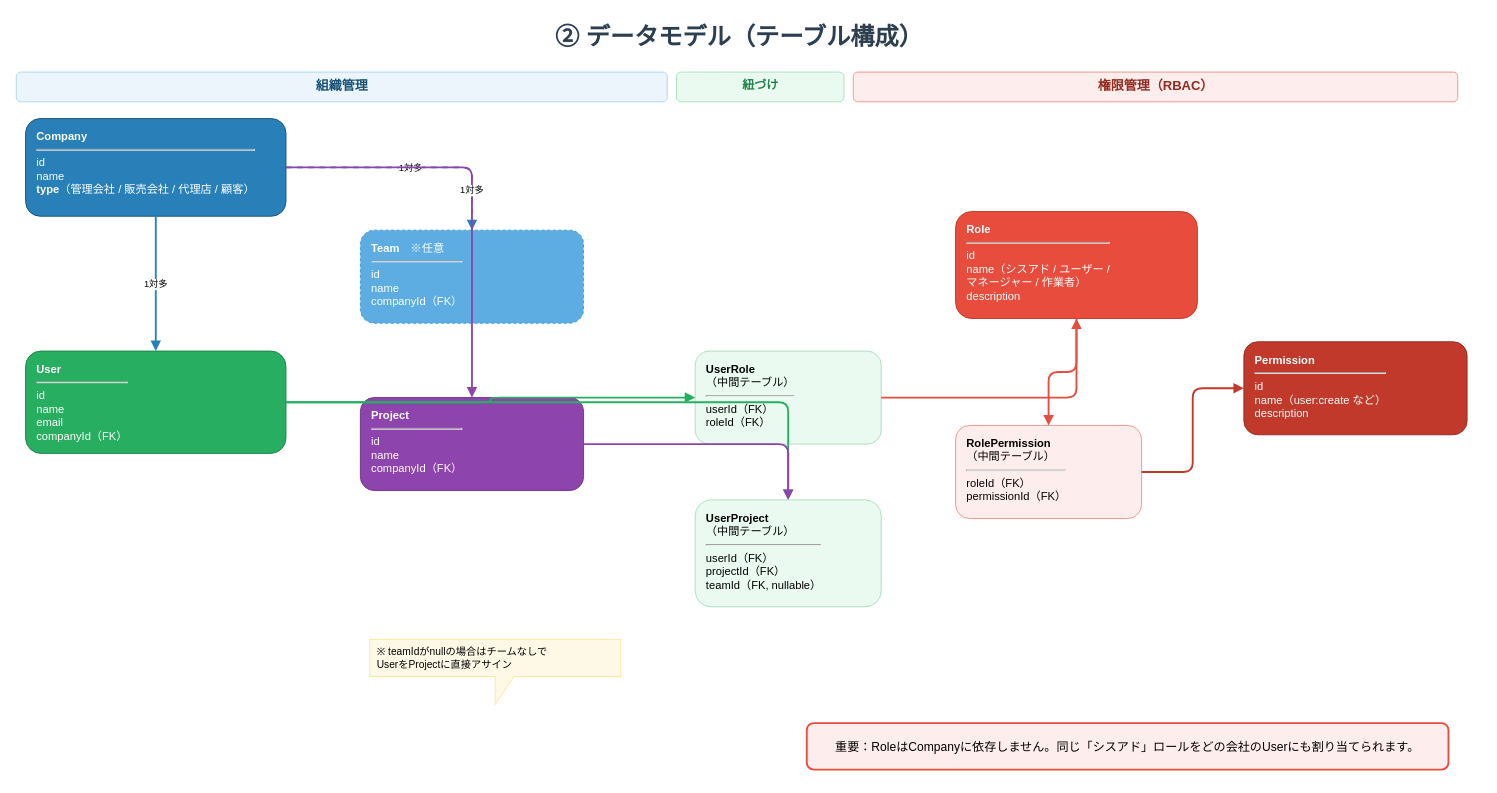
The draw.io diagram page "②データモデル" (2 of 5) of docs/splicer_org_permission_diagram.drawio in k-smz-win/splicer, before the edit. Source tidied: cells renumbered, new cells numbered last; positions are measured from the earlier drawing's top-left corner, leaving out a move shared by most shapes. Both pictures are drawn from the tidied source at 93%, with x=0, y=0 at pixel (16, 16).
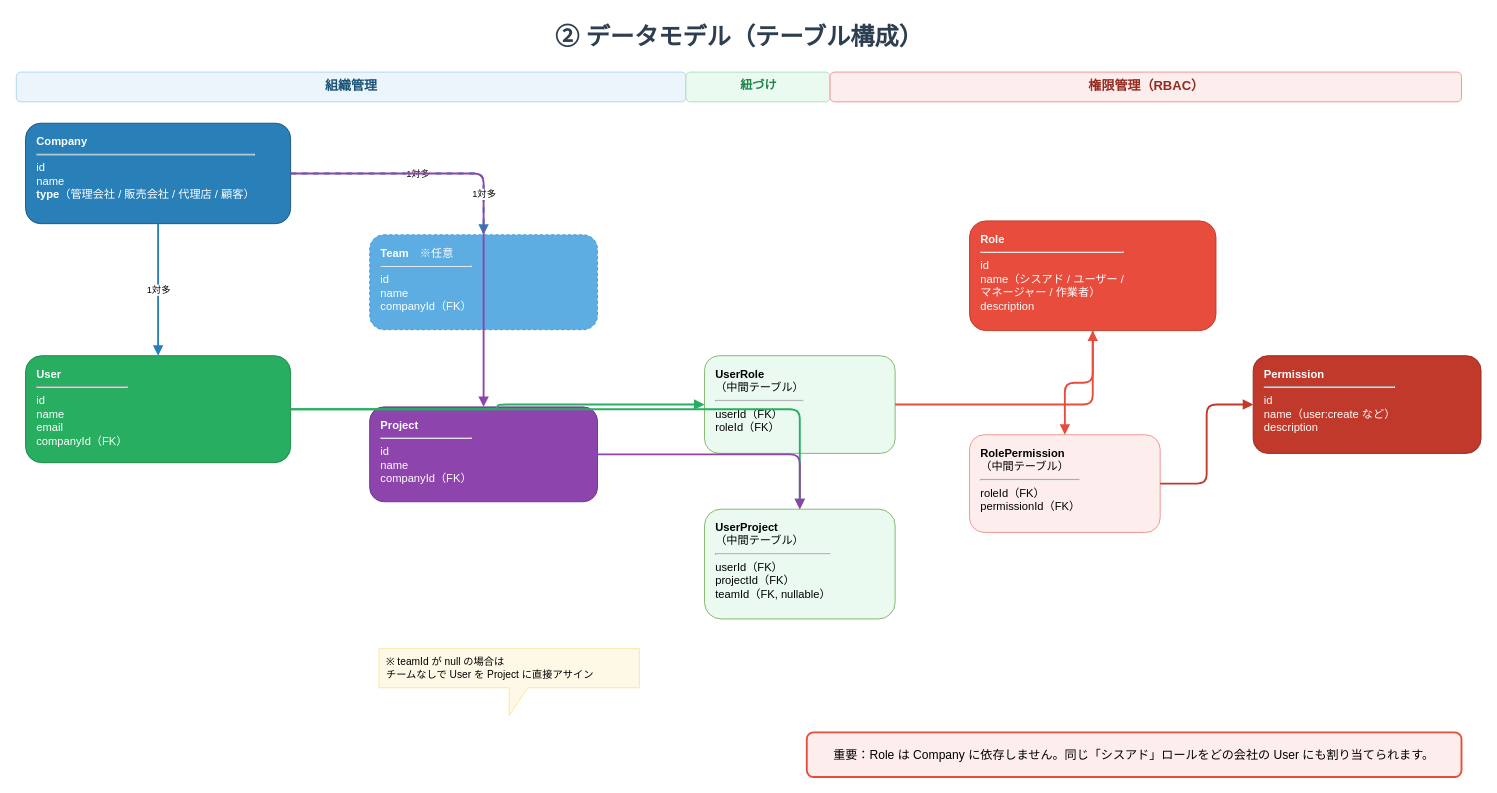
After the change.

Change to the diagram source:
```diff
@@
     <mxCell id="3" value="組織管理" style="text;html=1;strokeColor=#AED6F1;fillColor=#EBF5FB;align=center;fontSize=14;fontStyle=1;fontColor=#1A5276;rounded=1;" parent="1" vertex="1">
-      <mxGeometry y="60" width="700" height="32" as="geometry" />
+      <mxGeometry y="60" width="720" height="32" as="geometry" />
     </mxCell>
+    <mxCell id="5" value="紐づけ" style="text;html=1;strokeColor=#A9DFBF;fillColor=#EAFAF1;align=center;fontSize=13;fontStyle=1;fontColor=#1E8449;rounded=1;" parent="1" vertex="1">
+      <mxGeometry x="720" y="60" width="155" height="32" as="geometry" />
+    </mxCell>
     <mxCell id="4" value="権限管理（RBAC）" style="text;html=1;strokeColor=#F1948A;fillColor=#FDEDEC;align=center;fontSize=14;fontStyle=1;fontColor=#922B21;rounded=1;" parent="1" vertex="1">
-      <mxGeometry x="900" y="60" width="650" height="32" as="geometry" />
+      <mxGeometry x="875" y="60" width="679" height="32" as="geometry" />
     </mxCell>
-    <mxCell id="5" value="紐づけ" style="text;html=1;strokeColor=#A9DFBF;fillColor=#EAFAF1;align=center;fontSize=13;fontStyle=1;fontColor=#1E8449;rounded=1;" parent="1" vertex="1">
-      <mxGeometry x="710" y="60" width="180" height="32" as="geometry" />
-    </mxCell>
     <mxCell id="6" value="&lt;b&gt;Company&lt;/b&gt;&lt;hr/&gt;id&lt;br/&gt;name&lt;br/&gt;&lt;b&gt;type&lt;/b&gt;（管理会社 / 販売会社 / 代理店 / 顧客）" style="rounded=1;whiteSpace=wrap;html=1;fillColor=#2980B9;strokeColor=#1A5276;fontColor=#FFFFFF;fontSize=12;align=left;verticalAlign=top;spacingLeft=10;spacingTop=6;" parent="1" vertex="1">
-      <mxGeometry x="10" y="110" width="280" height="105" as="geometry" />
+      <mxGeometry x="10" y="115" width="285" height="108" as="geometry" />
     </mxCell>
     <mxCell id="7" value="&lt;b&gt;User&lt;/b&gt;&lt;hr/&gt;id&lt;br/&gt;name&lt;br/&gt;email&lt;br/&gt;companyId（FK）" style="rounded=1;whiteSpace=wrap;html=1;fillColor=#27AE60;strokeColor=#1E8449;fontColor=#FFFFFF;fontSize=12;align=left;verticalAlign=top;spacingLeft=10;spacingTop=6;" parent="1" vertex="1">
-      <mxGeometry x="10" y="360" width="280" height="110" as="geometry" />
+      <mxGeometry x="10" y="365" width="285" height="115" as="geometry" />
     </mxCell>
     <mxCell id="8" value="&lt;b&gt;Team&lt;/b&gt;　※任意&lt;hr/&gt;id&lt;br/&gt;name&lt;br/&gt;companyId（FK）" style="rounded=1;whiteSpace=wrap;html=1;fillColor=#5DADE2;strokeColor=#3498DB;fontColor=#FFFFFF;fontSize=12;align=left;verticalAlign=top;spacingLeft=10;spacingTop=6;dashed=1;" parent="1" vertex="1">
-      <mxGeometry x="370" y="230" width="240" height="100" as="geometry" />
+      <mxGeometry x="380" y="235" width="245" height="102" as="geometry" />
     </mxCell>
     <mxCell id="9" value="&lt;b&gt;Project&lt;/b&gt;&lt;hr/&gt;id&lt;br/&gt;name&lt;br/&gt;companyId（FK）" style="rounded=1;whiteSpace=wrap;html=1;fillColor=#8E44AD;strokeColor=#6C3483;fontColor=#FFFFFF;fontSize=12;align=left;verticalAlign=top;spacingLeft=10;spacingTop=6;" parent="1" vertex="1">
-      <mxGeometry x="370" y="410" width="240" height="100" as="geometry" />
+      <mxGeometry x="380" y="420" width="245" height="102" as="geometry" />
     </mxCell>
-    <mxCell id="10" value="&lt;b&gt;UserRole&lt;/b&gt;&lt;br/&gt;（中間テーブル）&lt;hr/&gt;userId（FK）&lt;br/&gt;roleId（FK）" style="rounded=1;whiteSpace=wrap;html=1;fillColor=#EAFAF1;strokeColor=#A9DFBF;fontSize=12;align=left;verticalAlign=top;spacingLeft=10;spacingTop=6;" parent="1" vertex="1">
-      <mxGeometry x="730" y="360" width="200" height="100" as="geometry" />
+    <mxCell id="10" value="&lt;b&gt;UserRole&lt;/b&gt;&lt;br/&gt;（中間テーブル）&lt;hr/&gt;userId（FK）&lt;br/&gt;roleId（FK）" style="rounded=1;whiteSpace=wrap;html=1;fillColor=#EAFAF1;strokeColor=#82B366;fontSize=12;align=left;verticalAlign=top;spacingLeft=10;spacingTop=6;" parent="1" vertex="1">
+      <mxGeometry x="740" y="365" width="205" height="105" as="geometry" />
     </mxCell>
-    <mxCell id="11" value="&lt;b&gt;UserProject&lt;/b&gt;&lt;br/&gt;（中間テーブル）&lt;hr/&gt;userId（FK）&lt;br/&gt;projectId（FK）&lt;br/&gt;teamId（FK, nullable）" style="rounded=1;whiteSpace=wrap;html=1;fillColor=#EAFAF1;strokeColor=#A9DFBF;fontSize=12;align=left;verticalAlign=top;spacingLeft=10;spacingTop=6;" parent="1" vertex="1">
-      <mxGeometry x="730" y="520" width="200" height="115" as="geometry" />
+    <mxCell id="11" value="&lt;b&gt;UserProject&lt;/b&gt;&lt;br/&gt;（中間テーブル）&lt;hr/&gt;userId（FK）&lt;br/&gt;projectId（FK）&lt;br/&gt;teamId（FK, nullable）" style="rounded=1;whiteSpace=wrap;html=1;fillColor=#EAFAF1;strokeColor=#82B366;fontSize=12;align=left;verticalAlign=top;spacingLeft=10;spacingTop=6;" parent="1" vertex="1">
+      <mxGeometry x="740" y="530" width="205" height="118" as="geometry" />
     </mxCell>
     <mxCell id="12" value="&lt;b&gt;Role&lt;/b&gt;&lt;hr/&gt;id&lt;br/&gt;name（シスアド / ユーザー /&lt;br/&gt;マネージャー / 作業者）&lt;br/&gt;description" style="rounded=1;whiteSpace=wrap;html=1;fillColor=#E74C3C;strokeColor=#C0392B;fontColor=#FFFFFF;fontSize=12;align=left;verticalAlign=top;spacingLeft=10;spacingTop=6;" parent="1" vertex="1">
-      <mxGeometry x="1010" y="210" width="260" height="115" as="geometry" />
+      <mxGeometry x="1025" y="220" width="265" height="118" as="geometry" />
     </mxCell>
     <mxCell id="13" value="&lt;b&gt;RolePermission&lt;/b&gt;&lt;br/&gt;（中間テーブル）&lt;hr/&gt;roleId（FK）&lt;br/&gt;permissionId（FK）" style="rounded=1;whiteSpace=wrap;html=1;fillColor=#FDEDEC;strokeColor=#F1948A;fontSize=12;align=left;verticalAlign=top;spacingLeft=10;spacingTop=6;" parent="1" vertex="1">
-      <mxGeometry x="1010" y="440" width="200" height="100" as="geometry" />
+      <mxGeometry x="1025" y="450" width="205" height="105" as="geometry" />
     </mxCell>
     <mxCell id="14" value="&lt;b&gt;Permission&lt;/b&gt;&lt;hr/&gt;id&lt;br/&gt;name（user:create など）&lt;br/&gt;description" style="rounded=1;whiteSpace=wrap;html=1;fillColor=#C0392B;strokeColor=#922B21;fontColor=#FFFFFF;fontSize=12;align=left;verticalAlign=top;spacingLeft=10;spacingTop=6;" parent="1" vertex="1">
-      <mxGeometry x="1320" y="350" width="240" height="100" as="geometry" />
+      <mxGeometry x="1330" y="365" width="245" height="105" as="geometry" />
     </mxCell>
@@
-    <mxCell id="24" value="※ teamIdがnullの場合はチームなしで&lt;br/&gt;UserをProjectに直接アサイン" style="shape=callout;whiteSpace=wrap;html=1;fillColor=#FEF9E7;strokeColor=#F9E79F;fontSize=11;align=left;spacingLeft=6;" parent="1" vertex="1">
-      <mxGeometry x="380" y="670" width="270" height="70" as="geometry" />
+    <mxCell id="24" value="※ teamId が null の場合は&lt;br/&gt;チームなしで User を Project に直接アサイン" style="shape=callout;whiteSpace=wrap;html=1;fillColor=#FEF9E7;strokeColor=#F9E79F;fontSize=11;align=left;spacingLeft=6;" parent="1" vertex="1">
+      <mxGeometry x="390" y="680" width="280" height="72" as="geometry" />
     </mxCell>
-    <mxCell id="25" value="重要：RoleはCompanyに依存しません。同じ「シスアド」ロールをどの会社のUserにも割り当てられます。" style="rounded=1;whiteSpace=wrap;html=1;fillColor=#FDEDEC;strokeColor=#E74C3C;strokeWidth=2;fontSize=13;align=center;" parent="1" vertex="1">
-      <mxGeometry x="850" y="760" width="690" height="50" as="geometry" />
+    <mxCell id="25" value="重要：Role は Company に依存しません。同じ「シスアド」ロールをどの会社の User にも割り当てられます。" style="rounded=1;whiteSpace=wrap;html=1;fillColor=#FDEDEC;strokeColor=#E74C3C;strokeWidth=2;fontSize=13;align=center;" parent="1" vertex="1">
+      <mxGeometry x="850" y="770" width="704" height="48" as="geometry" />
     </mxCell>
```
